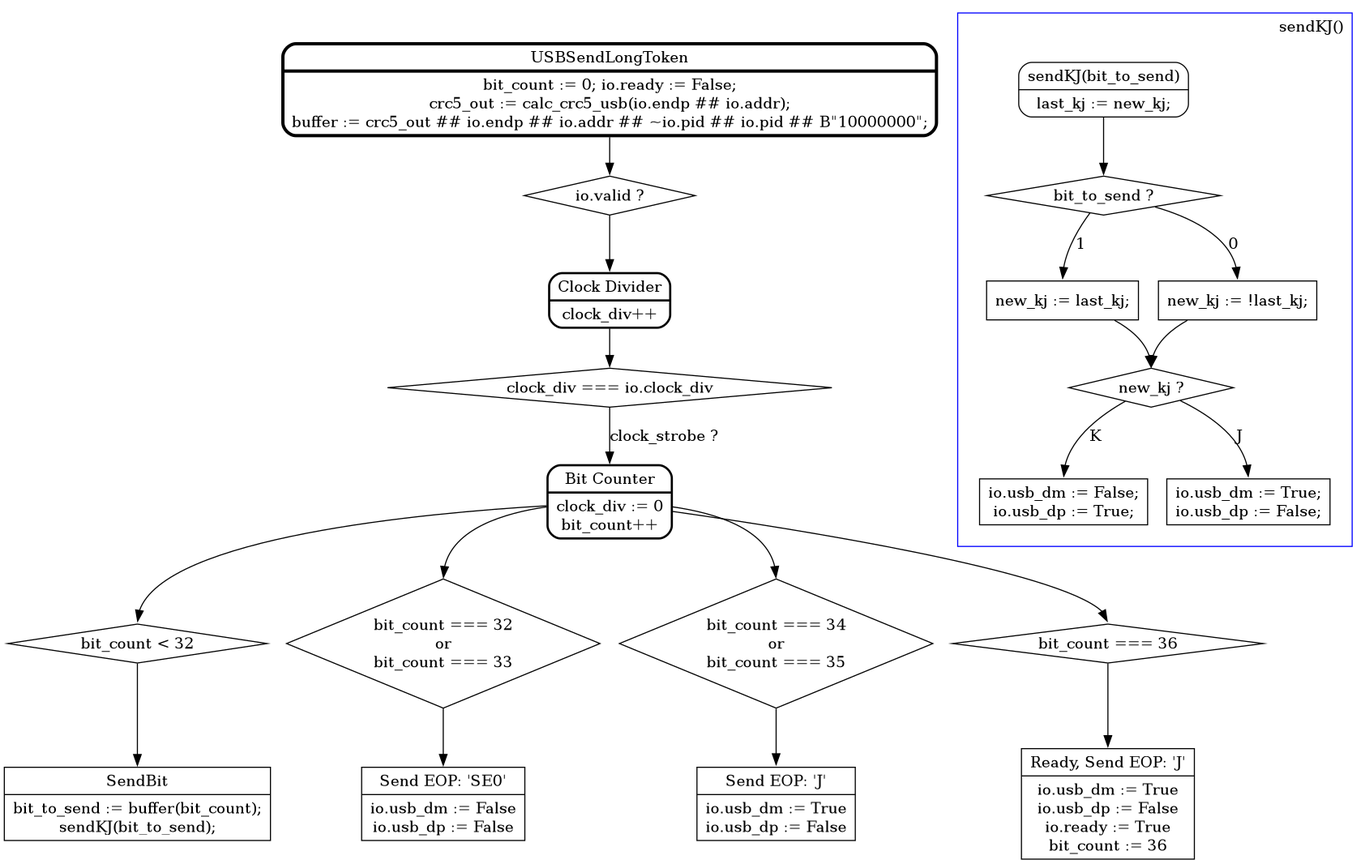
Before: doc/graphs/USB10/USBSendLongToken.png, a diagram exported from Graphviz (pointcheck/KarnixSOC). Its source is kept beside it as doc/graphs/USB10/USBSendLongToken.dot.
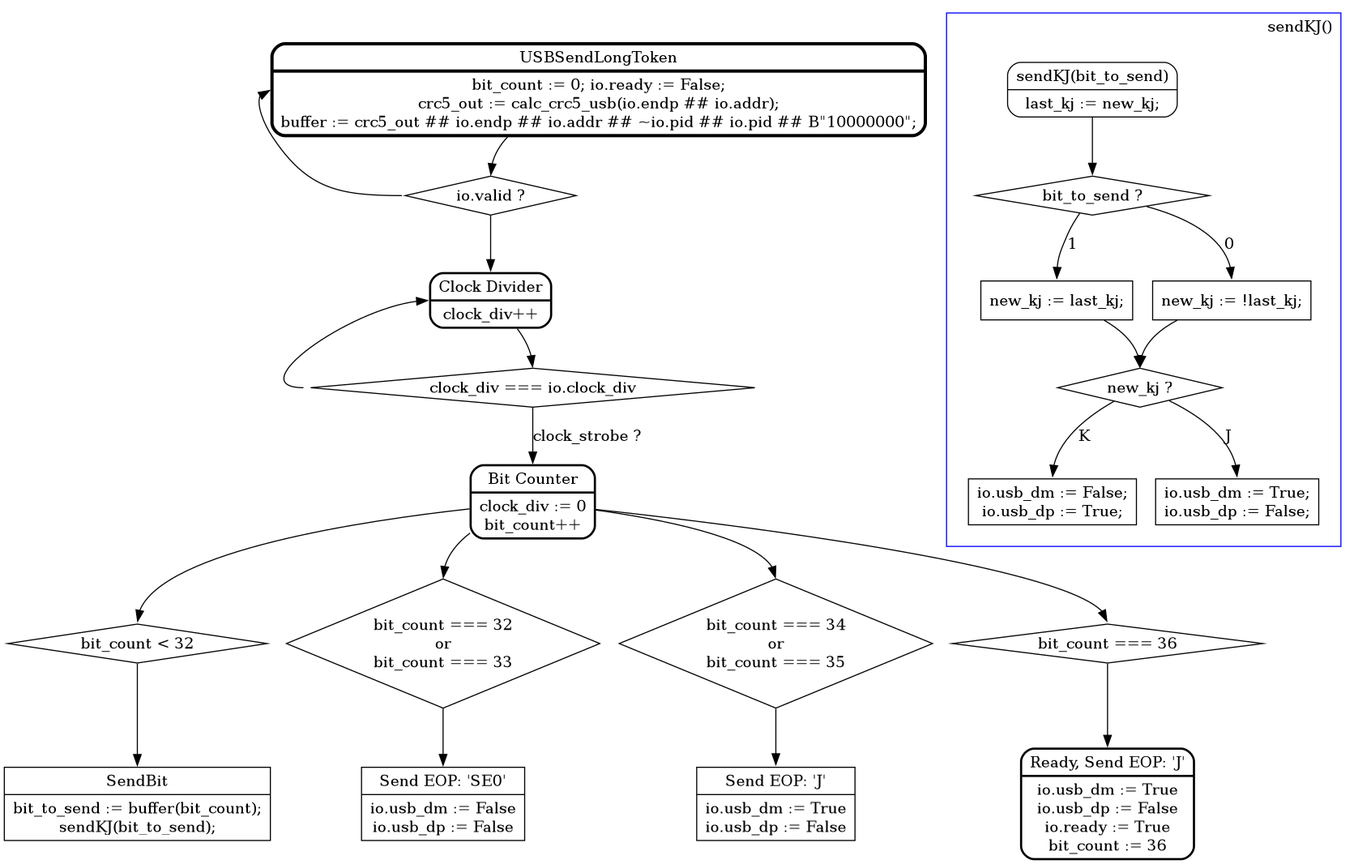
Above is the later version.

Diff of the diagram source:
```diff
@@ -7,10 +7,12 @@
 
 
 	Init [penwidth=3, label = "{USBSendLongToken|bit_count := 0; io.ready := False;\ncrc5_out := calc_crc5_usb(io.endp ## io.addr);\nbuffer := crc5_out ## io.endp ## io.addr ## ~io.pid ## io.pid ## B\"10000000\";}"];
-	Init -> Valid_box; Valid_box [shape = diamond, label = "io.valid ?"];
+	Init -> Valid_box:n; Valid_box [shape = diamond, label = "io.valid ?"];
 	Valid_box -> ClockDiv; ClockDiv [penwidth=2, label = "{Clock Divider|clock_div++}"];
-	ClockDiv -> Strobe_box; Strobe_box [shape = diamond, label = "clock_div === io.clock_div"];
+	ClockDiv -> Strobe_box:n; Strobe_box [shape = diamond, label = "clock_div === io.clock_div"];
 	Strobe_box -> CountBits[label = "clock_strobe ?"]; CountBits [penwidth=2, label = "{Bit Counter|clock_div := 0\nbit_count++}"];
+	Valid_box:w -> Init:w;
+	Strobe_box:w -> ClockDiv:w;
 
 	CountBits -> LessThan32_box:n; LessThan32_box [shape = diamond, label = "bit_count < 32"];
 	LessThan32_box -> SendBit; SendBit [shape = record, label = "{SendBit|bit_to_send := buffer(bit_count);\nsendKJ(bit_to_send);}"];
@@ -20,7 +22,7 @@
 	CountBits -> Is3435_box:n; Is3435_box [shape = diamond, label = "bit_count === 34\nor\nbit_count === 35"];
 	Is3435_box -> Is3435:n; Is3435 [shape = record, label = "{Send EOP: 'J'|io.usb_dm := True\nio.usb_dp := False}"];
 
-	CountBits -> Is36:n; Is36 [shape = diamond, label = "bit_count === 36"]; Is36 -> Is36_box; Is36_box [shape = record, label = "{Ready, Send EOP: 'J'|io.usb_dm := True\nio.usb_dp := False\nio.ready := True\nbit_count := 36}"];
+	CountBits -> Is36:n; Is36 [shape = diamond, label = "bit_count === 36"]; Is36 -> Is36_box; Is36_box [penwidth=2, shape = Mrecord, label = "{Ready, Send EOP: 'J'|io.usb_dm := True\nio.usb_dp := False\nio.ready := True\nbit_count := 36}"];
 
 	subgraph cluster_1 {
 
```
